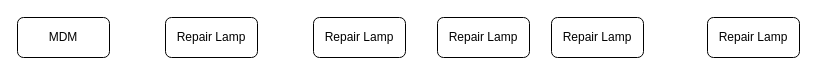
rinkalnn/Mytest keeps this draw.io diagram as Untitled Diagram.drawio. Above is the earlier version. Source tidied: cells renumbered, new cells numbered last; positions are measured from the earlier drawing's top-left corner, leaving out a move shared by most shapes. Both pictures are drawn from the tidied source at 100%, with x=0, y=0 at pixel (17, 17).
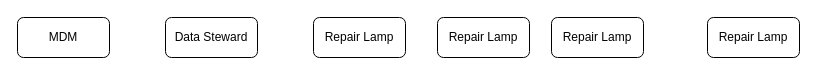
After the change.

Change to the diagram source:
```diff
@@
 <mxGraphModel>
   <root>
     <mxCell id="0" />
     <mxCell id="1" parent="0" />
     <mxCell id="2" value="&lt;font face=&quot;Myriad Pro&quot;&gt;MDM&lt;/font&gt;" style="rounded=1;whiteSpace=wrap;html=1;fontSize=12;glass=0;strokeWidth=1;shadow=0;" parent="1" vertex="1">
       <mxGeometry width="92" height="40" as="geometry" />
     </mxCell>
-    <mxCell id="3" value="Repair Lamp" style="rounded=1;whiteSpace=wrap;html=1;fontSize=12;glass=0;strokeWidth=1;shadow=0;" parent="1" vertex="1">
+    <mxCell id="3" value="&lt;font face=&quot;Myriad Pro&quot;&gt;Data Steward&lt;/font&gt;" style="rounded=1;whiteSpace=wrap;html=1;fontSize=12;glass=0;strokeWidth=1;shadow=0;" parent="1" vertex="1">
       <mxGeometry x="148" width="92" height="40" as="geometry" />
     </mxCell>
     <mxCell id="4" value="Repair Lamp" style="rounded=1;whiteSpace=wrap;html=1;fontSize=12;glass=0;strokeWidth=1;shadow=0;" parent="1" vertex="1">
       <mxGeometry x="296" width="92" height="40" as="geometry" />
     </mxCell>
     <mxCell id="5" value="Repair Lamp" style="rounded=1;whiteSpace=wrap;html=1;fontSize=12;glass=0;strokeWidth=1;shadow=0;" parent="1" vertex="1">
       <mxGeometry x="420" width="92" height="40" as="geometry" />
     </mxCell>
     <mxCell id="6" value="Repair Lamp" style="rounded=1;whiteSpace=wrap;html=1;fontSize=12;glass=0;strokeWidth=1;shadow=0;" parent="1" vertex="1">
       <mxGeometry x="534" width="92" height="40" as="geometry" />
     </mxCell>
     <mxCell id="7" value="Repair Lamp" style="rounded=1;whiteSpace=wrap;html=1;fontSize=12;glass=0;strokeWidth=1;shadow=0;" parent="1" vertex="1">
       <mxGeometry x="690" width="92" height="40" as="geometry" />
     </mxCell>
   </root>
 </mxGraphModel>
```
